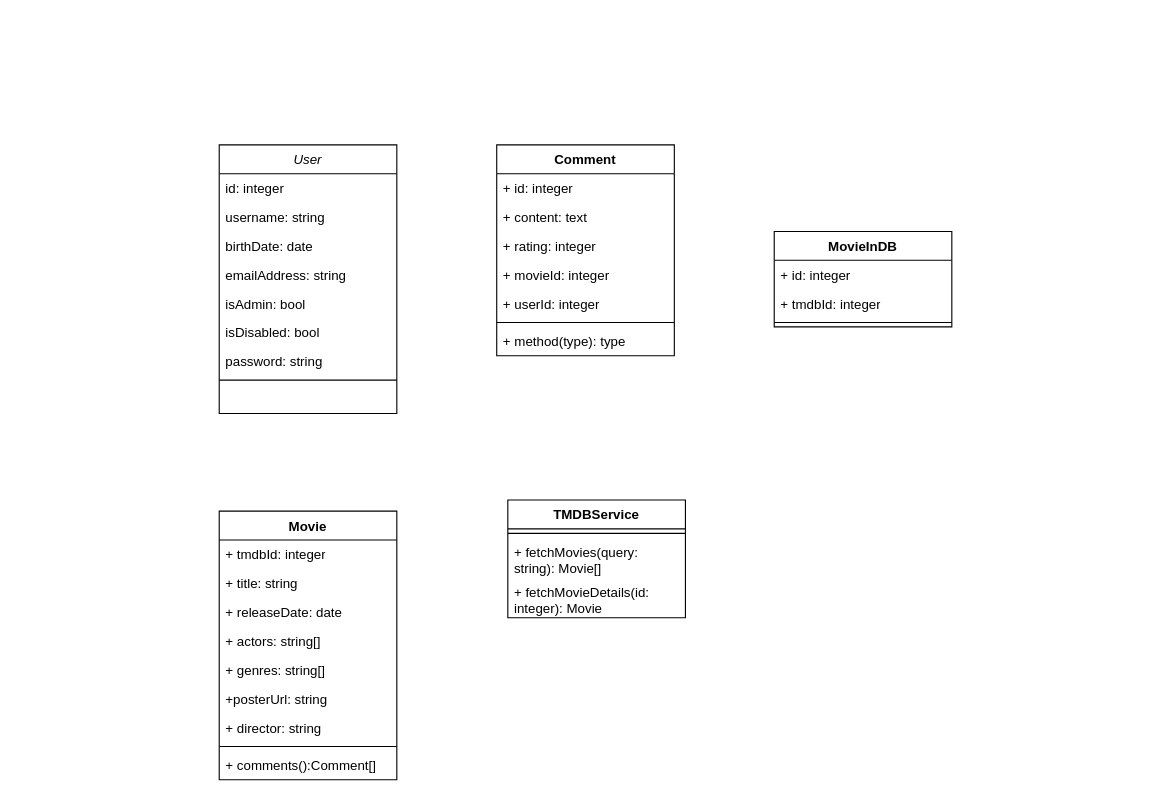
Earlier version of the draw.io diagram class_diagram.drawio (louis-tamagny/cinelog). Source tidied: cells renumbered, new cells numbered last; positions are measured from the earlier drawing's top-left corner, leaving out a move shared by most shapes. Both pictures are drawn from the tidied source at 111%, with x=0, y=0 at pixel (219, 144).
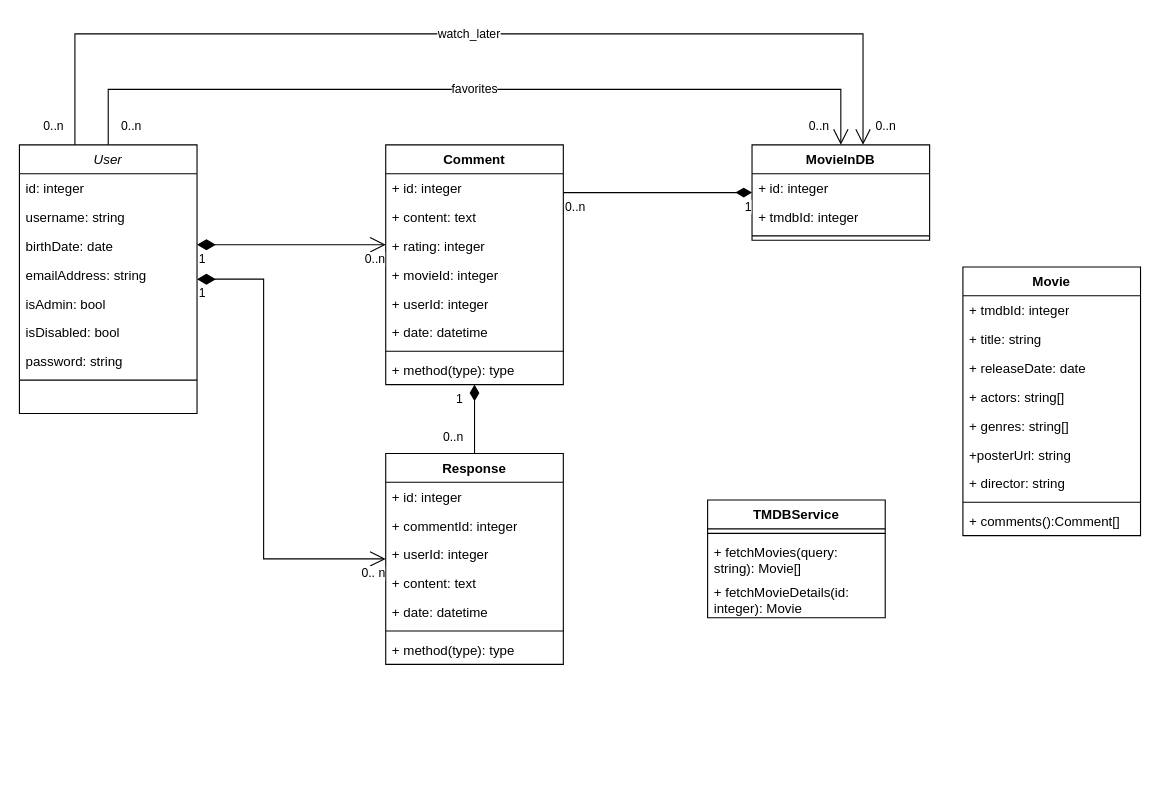
After the change.

Change to the diagram source:
```diff
@@
     <mxCell id="2" value="User" style="swimlane;fontStyle=2;align=center;verticalAlign=top;horizontal=1;startSize=26;rounded=0;shadow=0;strokeWidth=1;" parent="1" vertex="1">
-      <mxGeometry width="160" height="242" as="geometry" />
+      <mxGeometry x="-180" width="160" height="242" as="geometry" />
     </mxCell>
@@
     <mxCell id="11" value="&lt;div&gt;Comment&lt;/div&gt;" style="swimlane;fontStyle=1;align=center;verticalAlign=top;horizontal=1;startSize=26;whiteSpace=wrap;html=1;" parent="1" vertex="1">
-      <mxGeometry x="250" width="160" height="190" as="geometry" />
+      <mxGeometry x="150" width="160" height="216" as="geometry" />
     </mxCell>
@@
+    <mxCell id="37" value="+ date: datetime" style="text;strokeColor=none;fillColor=none;align=left;verticalAlign=top;spacingLeft=4;spacingRight=4;overflow=hidden;whiteSpace=wrap;html=1;" parent="11" vertex="1">
+      <mxGeometry y="156" width="160" height="26" as="geometry" />
+    </mxCell>
     <mxCell id="17" style="line;strokeWidth=1;fillColor=none;align=left;verticalAlign=middle;spacingTop=-1;spacingLeft=3;spacingRight=3;labelPosition=right;strokeColor=inherit;" parent="11" vertex="1">
-      <mxGeometry y="156" width="160" height="8" as="geometry" />
+      <mxGeometry y="182" width="160" height="8" as="geometry" />
     </mxCell>
     <mxCell id="18" value="+ method(type): type" style="text;strokeColor=none;fillColor=none;align=left;verticalAlign=top;spacingLeft=4;spacingRight=4;overflow=hidden;whiteSpace=wrap;html=1;" parent="11" vertex="1">
-      <mxGeometry y="164" width="160" height="26" as="geometry" />
+      <mxGeometry y="190" width="160" height="26" as="geometry" />
     </mxCell>
     <mxCell id="19" value="MovieInDB" style="swimlane;fontStyle=1;align=center;verticalAlign=top;horizontal=1;startSize=26;whiteSpace=wrap;html=1;" parent="1" vertex="1">
-      <mxGeometry x="500" y="78" width="160" height="86" as="geometry" />
+      <mxGeometry x="480" width="160" height="86" as="geometry" />
     </mxCell>
@@
     <mxCell id="23" value="Movie" style="swimlane;fontStyle=1;align=center;verticalAlign=top;horizontal=1;startSize=26;whiteSpace=wrap;html=1;" parent="1" vertex="1">
-      <mxGeometry y="330" width="160" height="242" as="geometry" />
+      <mxGeometry x="670" y="110" width="160" height="242" as="geometry" />
     </mxCell>
@@
     <mxCell id="33" value="TMDBService" style="swimlane;fontStyle=1;align=center;verticalAlign=top;horizontal=1;startSize=26;whiteSpace=wrap;html=1;" parent="1" vertex="1">
-      <mxGeometry x="260" y="320" width="160" height="106" as="geometry" />
+      <mxGeometry x="440" y="320" width="160" height="106" as="geometry" />
     </mxCell>
@@
+    <mxCell id="38" value="Response" style="swimlane;fontStyle=1;align=center;verticalAlign=top;horizontal=1;startSize=26;whiteSpace=wrap;html=1;" parent="1" vertex="1">
+      <mxGeometry x="150" y="278" width="160" height="190" as="geometry" />
+    </mxCell>
+    <mxCell id="39" value="+ id: integer&lt;table&gt;&lt;tbody&gt;&lt;tr&gt;&lt;td&gt;&lt;br&gt;&lt;/td&gt;&lt;/tr&gt;&lt;tr&gt;&lt;td&gt;&lt;br&gt;&lt;/td&gt;&lt;/tr&gt;&lt;tr&gt;&lt;td&gt;&lt;br&gt;&lt;/td&gt;&lt;/tr&gt;&lt;tr&gt;&lt;td&gt;&lt;br&gt;&lt;/td&gt;&lt;/tr&gt;&lt;tr&gt;&lt;td&gt;&lt;br&gt;&lt;/td&gt;&lt;/tr&gt;&lt;tr&gt;&lt;td&gt;&lt;br&gt;&lt;/td&gt;&lt;/tr&gt;&lt;/tbody&gt;&lt;/table&gt;" style="text;strokeColor=none;fillColor=none;align=left;verticalAlign=top;spacingLeft=4;spacingRight=4;overflow=hidden;whiteSpace=wrap;html=1;" parent="38" vertex="1">
+      <mxGeometry y="26" width="160" height="26" as="geometry" />
+    </mxCell>
+    <mxCell id="40" value="+ commentId: integer" style="text;strokeColor=none;fillColor=none;align=left;verticalAlign=top;spacingLeft=4;spacingRight=4;overflow=hidden;whiteSpace=wrap;html=1;" parent="38" vertex="1">
+      <mxGeometry y="52" width="160" height="26" as="geometry" />
+    </mxCell>
+    <mxCell id="41" value="+ userId: integer" style="text;strokeColor=none;fillColor=none;align=left;verticalAlign=top;spacingLeft=4;spacingRight=4;overflow=hidden;whiteSpace=wrap;html=1;" parent="38" vertex="1">
+      <mxGeometry y="78" width="160" height="26" as="geometry" />
+    </mxCell>
+    <mxCell id="42" value="+ content: text" style="text;strokeColor=none;fillColor=none;align=left;verticalAlign=top;spacingLeft=4;spacingRight=4;overflow=hidden;whiteSpace=wrap;html=1;" parent="38" vertex="1">
+      <mxGeometry y="104" width="160" height="26" as="geometry" />
+    </mxCell>
+    <mxCell id="43" value="+ date: datetime" style="text;strokeColor=none;fillColor=none;align=left;verticalAlign=top;spacingLeft=4;spacingRight=4;overflow=hidden;whiteSpace=wrap;html=1;" parent="38" vertex="1">
+      <mxGeometry y="130" width="160" height="26" as="geometry" />
+    </mxCell>
+    <mxCell id="44" style="line;strokeWidth=1;fillColor=none;align=left;verticalAlign=middle;spacingTop=-1;spacingLeft=3;spacingRight=3;labelPosition=right;strokeColor=inherit;" parent="38" vertex="1">
+      <mxGeometry y="156" width="160" height="8" as="geometry" />
+    </mxCell>
+    <mxCell id="45" value="+ method(type): type" style="text;strokeColor=none;fillColor=none;align=left;verticalAlign=top;spacingLeft=4;spacingRight=4;overflow=hidden;whiteSpace=wrap;html=1;" parent="38" vertex="1">
+      <mxGeometry y="164" width="160" height="26" as="geometry" />
+    </mxCell>
+    <mxCell id="46" style="endArrow=open;html=1;endSize=12;startArrow=diamondThin;startSize=14;startFill=1;edgeStyle=orthogonalEdgeStyle;rounded=0;" parent="1" edge="1" source="2" target="38">
+      <mxGeometry relative="1" as="geometry">
+        <Array as="points">
+          <mxPoint x="40" y="121" />
+          <mxPoint x="40" y="373" />
+        </Array>
+      </mxGeometry>
+    </mxCell>
+    <mxCell id="47" value="1" style="edgeLabel;html=1;align=left;verticalAlign=top;" parent="46" vertex="1">
+      <mxGeometry x="-1" relative="1" as="geometry" />
+    </mxCell>
+    <mxCell id="48" value="0.. n" style="edgeLabel;html=1;align=right;verticalAlign=top;" parent="46" vertex="1">
+      <mxGeometry x="1" relative="1" as="geometry" />
+    </mxCell>
+    <mxCell id="49" value="favorites" style="endArrow=open;html=1;endSize=12;startArrow=none;startSize=14;startFill=0;edgeStyle=orthogonalEdgeStyle;rounded=0;" parent="1" edge="1" source="2" target="19">
+      <mxGeometry relative="1" as="geometry">
+        <Array as="points">
+          <mxPoint x="-100" y="-50" />
+          <mxPoint x="560" y="-50" />
+        </Array>
+      </mxGeometry>
+    </mxCell>
+    <mxCell id="50" value="0..n" style="edgeLabel;html=1;align=left;verticalAlign=top;" parent="49" vertex="1">
+      <mxGeometry x="-1" relative="1" as="geometry">
+        <mxPoint x="10" y="-30" as="offset" />
+      </mxGeometry>
+    </mxCell>
+    <mxCell id="51" value="0..n" style="edgeLabel;html=1;align=right;verticalAlign=top;" parent="49" vertex="1">
+      <mxGeometry x="1" relative="1" as="geometry">
+        <mxPoint x="-10" y="-30" as="offset" />
+      </mxGeometry>
+    </mxCell>
+    <mxCell id="52" style="endArrow=open;html=1;endSize=12;startArrow=diamondThin;startSize=14;startFill=1;edgeStyle=orthogonalEdgeStyle;rounded=0;" parent="1" edge="1" source="2" target="11">
+      <mxGeometry relative="1" as="geometry">
+        <Array as="points">
+          <mxPoint x="110" y="90" />
+          <mxPoint x="110" y="90" />
+        </Array>
+      </mxGeometry>
+    </mxCell>
+    <mxCell id="53" value="1" style="edgeLabel;html=1;align=left;verticalAlign=top;" parent="52" vertex="1">
+      <mxGeometry x="-1" relative="1" as="geometry" />
+    </mxCell>
+    <mxCell id="54" value="0..n" style="edgeLabel;html=1;align=right;verticalAlign=top;" parent="52" vertex="1">
+      <mxGeometry x="1" relative="1" as="geometry" />
+    </mxCell>
+    <mxCell id="55" style="endArrow=diamondThin;html=1;endSize=12;startArrow=none;startSize=14;startFill=0;edgeStyle=orthogonalEdgeStyle;rounded=0;endFill=1;" parent="1" edge="1" source="11" target="19">
+      <mxGeometry relative="1" as="geometry">
+        <Array as="points">
+          <mxPoint x="370" y="43" />
+          <mxPoint x="370" y="43" />
+        </Array>
+      </mxGeometry>
+    </mxCell>
+    <mxCell id="56" value="0..n" style="edgeLabel;html=1;align=left;verticalAlign=top;" parent="55" vertex="1">
+      <mxGeometry x="-1" relative="1" as="geometry" />
+    </mxCell>
+    <mxCell id="57" value="1" style="edgeLabel;html=1;align=right;verticalAlign=top;" parent="55" vertex="1">
+      <mxGeometry x="1" relative="1" as="geometry" />
+    </mxCell>
+    <mxCell id="58" style="endArrow=diamondThin;html=1;endSize=12;startArrow=none;startSize=14;startFill=0;edgeStyle=orthogonalEdgeStyle;rounded=0;endFill=1;" parent="1" edge="1" source="38" target="11">
+      <mxGeometry relative="1" as="geometry" />
+    </mxCell>
+    <mxCell id="59" value="0..n" style="edgeLabel;html=1;align=left;verticalAlign=top;" parent="58" vertex="1">
+      <mxGeometry x="-1" relative="1" as="geometry">
+        <mxPoint x="-30" y="-28" as="offset" />
+      </mxGeometry>
+    </mxCell>
+    <mxCell id="60" value="1" style="edgeLabel;html=1;align=right;verticalAlign=top;" parent="58" vertex="1">
+      <mxGeometry x="1" relative="1" as="geometry">
+        <mxPoint x="-10" as="offset" />
+      </mxGeometry>
+    </mxCell>
+    <mxCell id="61" value="watch_later" style="endArrow=open;html=1;endSize=12;startArrow=none;startSize=14;startFill=0;edgeStyle=orthogonalEdgeStyle;rounded=0;" parent="1" edge="1" source="2" target="19">
+      <mxGeometry relative="1" as="geometry">
+        <Array as="points">
+          <mxPoint x="-130" y="-100" />
+          <mxPoint x="580" y="-100" />
+        </Array>
+      </mxGeometry>
+    </mxCell>
+    <mxCell id="62" value="0..n" style="edgeLabel;html=1;align=left;verticalAlign=top;" parent="61" vertex="1">
+      <mxGeometry x="-1" relative="1" as="geometry">
+        <mxPoint x="-30" y="-30" as="offset" />
+      </mxGeometry>
+    </mxCell>
+    <mxCell id="63" value="0..n" style="edgeLabel;html=1;align=right;verticalAlign=top;" parent="61" vertex="1">
+      <mxGeometry x="1" relative="1" as="geometry">
+        <mxPoint x="30" y="-30" as="offset" />
+      </mxGeometry>
+    </mxCell>
```
